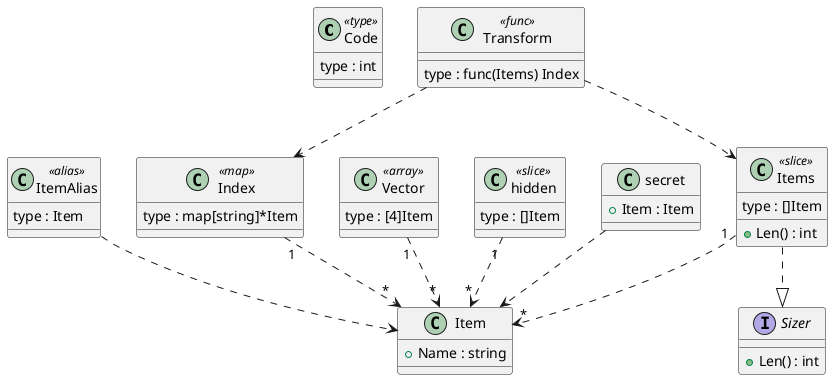
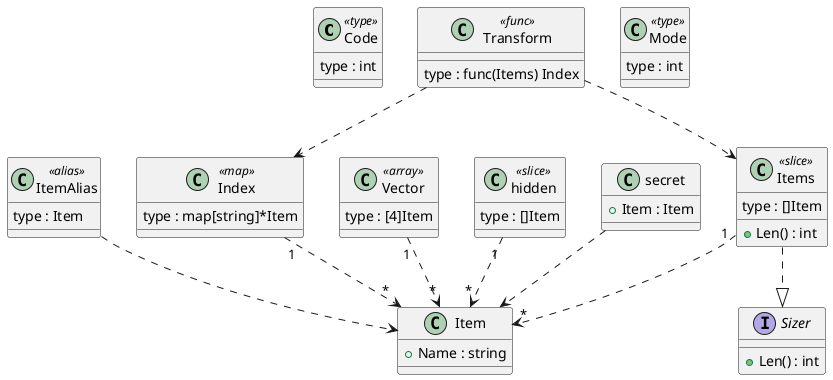
@startuml class-diagram
    class "Code" as Code <<type>> {
        type : int
    }
    class "Index" as Index <<map>> {
        type : map[string]*Item
    }
    class "Item" as Item {
        +Name : string
    }
    class "ItemAlias" as ItemAlias <<alias>> {
        type : Item
    }
    class "Items" as Items <<slice>> {
        type : []Item
        +Len() : int
+     }
+     class "Mode" as Mode <<type>> {
+         type : int
    }
    interface "Sizer" as Sizer {
        +Len() : int
    }
    class "Transform" as Transform <<func>> {
        type : func(Items) Index
    }
    class "Vector" as Vector <<array>> {
        type : [4]Item
    }
    class "hidden" as hidden <<slice>> {
        type : []Item
    }
    class "secret" as secret {
        +Item : Item
    }
    Index "1" ..> "*" Item
    ItemAlias ..> Item
    Items "1" ..> "*" Item
    Items ..|> Sizer
    Transform ..> Index
    Transform ..> Items
    Vector "1" ..> "*" Item
    hidden "1" ..> "*" Item
    secret ..> Item
@enduml
